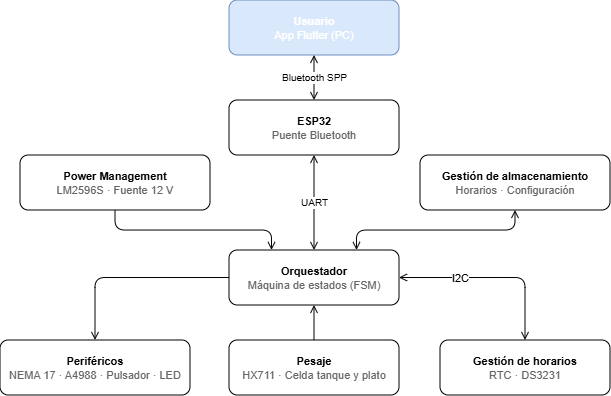
This is Figures/diagrama_software.png from matuuted/Plantilla-para-memoria, a draw.io export, as it was before one commit. Source tidied: cells renumbered, new cells last; positions are measured from the earlier drawing's top-left corner, leaving out a move shared by most shapes. The source it was exported from:
```xml
<mxGraphModel>
  <root>
    <mxCell id="0" />
    <mxCell id="1" parent="0" />
    <mxCell id="2" value="&lt;font&gt;&lt;b&gt;Usuario&lt;/b&gt;&lt;br&gt;&lt;font&gt;App Flutter (PC)&lt;/font&gt;&lt;/font&gt;" style="rounded=1;whiteSpace=wrap;html=1;fillColor=#dae8fc;strokeColor=#6c8ebf;fontSize=11;arcSize=15;fontColor=#FFFFFF;" parent="1" vertex="1">
      <mxGeometry x="229" width="170" height="55" as="geometry" />
    </mxCell>
    <mxCell id="3" value="&lt;b&gt;ESP32&lt;/b&gt;&lt;br&gt;&lt;font color='#666666'&gt;Puente Bluetooth&lt;/font&gt;" style="rounded=1;whiteSpace=wrap;html=1;fillColor=#FFFFFF;strokeColor=#000000;fontSize=11;arcSize=15;" parent="1" vertex="1">
      <mxGeometry x="229" y="100" width="170" height="55" as="geometry" />
    </mxCell>
    <mxCell id="4" value="&lt;b&gt;Orquestador&lt;/b&gt;&lt;br&gt;&lt;font color='#666666'&gt;Máquina de estados (FSM)&lt;/font&gt;" style="rounded=1;whiteSpace=wrap;html=1;fillColor=#FFFFFF;strokeColor=#000000;fontSize=11;arcSize=15;" parent="1" vertex="1">
      <mxGeometry x="229" y="250" width="170" height="55" as="geometry" />
    </mxCell>
    <mxCell id="5" value="&lt;b&gt;Periféricos&lt;/b&gt;&lt;br&gt;&lt;font color='#666666'&gt;NEMA 17 · A4988 · Pulsador · LED&lt;/font&gt;" style="rounded=1;whiteSpace=wrap;html=1;fillColor=#FFFFFF;strokeColor=#000000;fontSize=11;arcSize=15;" parent="1" vertex="1">
      <mxGeometry y="340" width="190" height="55" as="geometry" />
    </mxCell>
    <mxCell id="6" value="&lt;b&gt;Pesaje&lt;/b&gt;&lt;br&gt;&lt;font color='#666666'&gt;HX711 · Celda tanque y plato&lt;/font&gt;" style="rounded=1;whiteSpace=wrap;html=1;fillColor=#FFFFFF;strokeColor=#000000;fontSize=11;arcSize=15;" parent="1" vertex="1">
      <mxGeometry x="229" y="340" width="170" height="55" as="geometry" />
    </mxCell>
    <mxCell id="7" value="&lt;b&gt;Gestión de horarios&lt;/b&gt;&lt;br&gt;&lt;font color='#666666'&gt;RTC · DS3231&lt;/font&gt;" style="rounded=1;whiteSpace=wrap;html=1;fillColor=#FFFFFF;strokeColor=#000000;fontSize=11;arcSize=15;" parent="1" vertex="1">
      <mxGeometry x="440" y="340" width="170" height="55" as="geometry" />
    </mxCell>
    <mxCell id="8" value="&lt;b&gt;Power Management&lt;/b&gt;&lt;br&gt;&lt;font color='#666666'&gt;LM2596S · Fuente 12 V&lt;/font&gt;" style="rounded=1;whiteSpace=wrap;html=1;fillColor=#FFFFFF;strokeColor=#000000;fontSize=11;arcSize=15;" parent="1" vertex="1">
      <mxGeometry x="20" y="155" width="190" height="55" as="geometry" />
    </mxCell>
    <mxCell id="9" value="&lt;b&gt;Gestión de almacenamiento&lt;/b&gt;&lt;br&gt;&lt;font color='#666666'&gt;Horarios · Configuración&lt;/font&gt;" style="rounded=1;whiteSpace=wrap;html=1;fillColor=#FFFFFF;strokeColor=#000000;fontSize=11;arcSize=15;" parent="1" vertex="1">
      <mxGeometry x="420" y="155" width="190" height="55" as="geometry" />
    </mxCell>
    <mxCell id="10" value="Bluetooth SPP" style="edgeStyle=orthogonalEdgeStyle;html=1;endArrow=open;endFill=0;startArrow=open;startFill=0;strokeColor=#000000;fontSize=10;" parent="1" edge="1" source="2" target="3">
      <mxGeometry relative="1" as="geometry" />
    </mxCell>
    <mxCell id="11" value="UART" style="edgeStyle=orthogonalEdgeStyle;html=1;endArrow=open;endFill=0;startArrow=open;startFill=0;strokeColor=#000000;fontSize=10;" parent="1" edge="1" source="3" target="4">
      <mxGeometry relative="1" as="geometry" />
    </mxCell>
    <mxCell id="12" style="edgeStyle=orthogonalEdgeStyle;html=1;endArrow=open;endFill=0;startArrow=none;startFill=0;strokeColor=#000000;fontSize=10;exitX=0;exitY=0.5;exitDx=0;exitDy=0;entryX=0.5;entryY=0;entryDx=0;entryDy=0;" parent="1" edge="1" source="4" target="5">
      <mxGeometry relative="1" as="geometry">
        <Array as="points">
          <mxPoint x="95" y="277" />
        </Array>
      </mxGeometry>
    </mxCell>
    <mxCell id="13" style="edgeStyle=orthogonalEdgeStyle;html=1;endArrow=none;endFill=0;startArrow=open;startFill=0;strokeColor=#000000;fontSize=10;" parent="1" edge="1" source="4" target="6">
      <mxGeometry relative="1" as="geometry" />
    </mxCell>
    <mxCell id="14" style="edgeStyle=orthogonalEdgeStyle;html=1;endArrow=open;endFill=0;startArrow=open;startFill=0;strokeColor=#000000;fontSize=10;exitX=1;exitY=0.5;exitDx=0;exitDy=0;entryX=0.5;entryY=0;entryDx=0;entryDy=0;" parent="1" edge="1" source="4" target="7">
      <mxGeometry relative="1" as="geometry" />
    </mxCell>
    <mxCell id="15" value="I2C" style="edgeLabel;html=1;align=center;verticalAlign=middle;" parent="14" vertex="1">
      <mxGeometry x="0.59" y="-2" relative="1" as="geometry">
        <mxPoint x="-63" y="-24" as="offset" />
      </mxGeometry>
    </mxCell>
    <mxCell id="16" style="edgeStyle=orthogonalEdgeStyle;html=1;endArrow=none;endFill=0;startArrow=open;startFill=0;strokeColor=#000000;fontSize=10;exitX=0.25;exitY=0;exitDx=0;exitDy=0;entryX=0.5;entryY=1;entryDx=0;entryDy=0;" parent="1" edge="1" source="4" target="8">
      <mxGeometry relative="1" as="geometry" />
    </mxCell>
    <mxCell id="17" style="edgeStyle=orthogonalEdgeStyle;html=1;endArrow=open;endFill=0;startArrow=open;startFill=0;strokeColor=#000000;fontSize=10;exitX=0.75;exitY=0;exitDx=0;exitDy=0;entryX=0.5;entryY=1;entryDx=0;entryDy=0;" parent="1" edge="1" source="4" target="9">
      <mxGeometry relative="1" as="geometry" />
    </mxCell>
  </root>
</mxGraphModel>
```
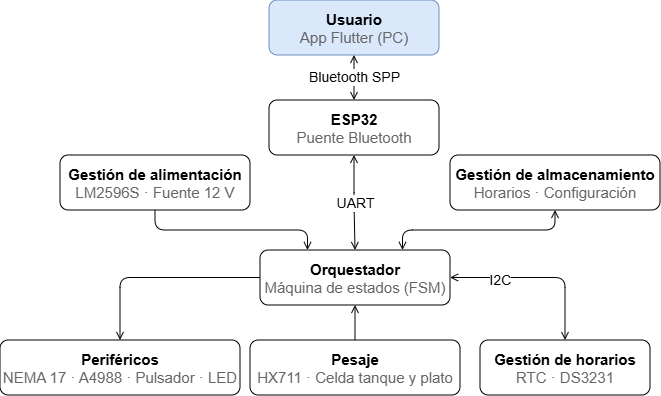
After the commit.

Change to the diagram source:
```diff
@@ -2,40 +2,40 @@
   <root>
     <mxCell id="0" />
     <mxCell id="1" parent="0" />
-    <mxCell id="2" value="&lt;font&gt;&lt;b&gt;Usuario&lt;/b&gt;&lt;br&gt;&lt;font&gt;App Flutter (PC)&lt;/font&gt;&lt;/font&gt;" style="rounded=1;whiteSpace=wrap;html=1;fillColor=#dae8fc;strokeColor=#6c8ebf;fontSize=11;arcSize=15;fontColor=#FFFFFF;" parent="1" vertex="1">
-      <mxGeometry x="229" width="170" height="55" as="geometry" />
+    <mxCell id="2" value="&lt;font style=&quot;font-size: 15px;&quot;&gt;&lt;b style=&quot;&quot;&gt;&lt;font style=&quot;color: rgb(0, 0, 0);&quot;&gt;Usuario&lt;/font&gt;&lt;/b&gt;&lt;br&gt;&lt;font style=&quot;color: light-dark(rgb(102, 102, 102), rgb(18, 18, 18));&quot;&gt;App Flutter (PC)&lt;/font&gt;&lt;/font&gt;" style="rounded=1;whiteSpace=wrap;html=1;fillColor=#dae8fc;strokeColor=#6c8ebf;fontSize=11;arcSize=15;fontColor=#FFFFFF;" parent="1" vertex="1">
+      <mxGeometry x="259" y="-9" width="170" height="55" as="geometry" />
     </mxCell>
-    <mxCell id="3" value="&lt;b&gt;ESP32&lt;/b&gt;&lt;br&gt;&lt;font color='#666666'&gt;Puente Bluetooth&lt;/font&gt;" style="rounded=1;whiteSpace=wrap;html=1;fillColor=#FFFFFF;strokeColor=#000000;fontSize=11;arcSize=15;" parent="1" vertex="1">
-      <mxGeometry x="229" y="100" width="170" height="55" as="geometry" />
+    <mxCell id="3" value="&lt;font style=&quot;font-size: 15px;&quot;&gt;&lt;b style=&quot;&quot;&gt;ESP32&lt;/b&gt;&lt;br&gt;&lt;font color=&quot;#666666&quot;&gt;Puente Bluetooth&lt;/font&gt;&lt;/font&gt;" style="rounded=1;whiteSpace=wrap;html=1;fillColor=#FFFFFF;strokeColor=#000000;fontSize=11;arcSize=15;" parent="1" vertex="1">
+      <mxGeometry x="259" y="91" width="170" height="55" as="geometry" />
     </mxCell>
-    <mxCell id="4" value="&lt;b&gt;Orquestador&lt;/b&gt;&lt;br&gt;&lt;font color='#666666'&gt;Máquina de estados (FSM)&lt;/font&gt;" style="rounded=1;whiteSpace=wrap;html=1;fillColor=#FFFFFF;strokeColor=#000000;fontSize=11;arcSize=15;" parent="1" vertex="1">
-      <mxGeometry x="229" y="250" width="170" height="55" as="geometry" />
+    <mxCell id="4" value="&lt;font style=&quot;font-size: 15px;&quot;&gt;&lt;b style=&quot;&quot;&gt;Orquestador&lt;/b&gt;&lt;br&gt;&lt;font color=&quot;#666666&quot;&gt;Máquina de estados (FSM)&lt;/font&gt;&lt;/font&gt;" style="rounded=1;whiteSpace=wrap;html=1;fillColor=#FFFFFF;strokeColor=#000000;fontSize=11;arcSize=15;" parent="1" vertex="1">
+      <mxGeometry x="250" y="241" width="190" height="55" as="geometry" />
     </mxCell>
-    <mxCell id="5" value="&lt;b&gt;Periféricos&lt;/b&gt;&lt;br&gt;&lt;font color='#666666'&gt;NEMA 17 · A4988 · Pulsador · LED&lt;/font&gt;" style="rounded=1;whiteSpace=wrap;html=1;fillColor=#FFFFFF;strokeColor=#000000;fontSize=11;arcSize=15;" parent="1" vertex="1">
-      <mxGeometry y="340" width="190" height="55" as="geometry" />
+    <mxCell id="5" value="&lt;font style=&quot;font-size: 15px;&quot;&gt;&lt;b style=&quot;&quot;&gt;Periféricos&lt;/b&gt;&lt;br&gt;&lt;font color=&quot;#666666&quot;&gt;NEMA 17 · A4988 · Pulsador · LED&lt;/font&gt;&lt;/font&gt;" style="rounded=1;whiteSpace=wrap;html=1;fillColor=#FFFFFF;strokeColor=#000000;fontSize=11;arcSize=15;" parent="1" vertex="1">
+      <mxGeometry x="-10" y="331" width="240" height="55" as="geometry" />
     </mxCell>
-    <mxCell id="6" value="&lt;b&gt;Pesaje&lt;/b&gt;&lt;br&gt;&lt;font color='#666666'&gt;HX711 · Celda tanque y plato&lt;/font&gt;" style="rounded=1;whiteSpace=wrap;html=1;fillColor=#FFFFFF;strokeColor=#000000;fontSize=11;arcSize=15;" parent="1" vertex="1">
-      <mxGeometry x="229" y="340" width="170" height="55" as="geometry" />
+    <mxCell id="6" value="&lt;font style=&quot;font-size: 15px;&quot;&gt;&lt;font style=&quot;&quot;&gt;&lt;b style=&quot;&quot;&gt;Pesaje&lt;/b&gt;&lt;br&gt;&lt;font color=&quot;#666666&quot;&gt;HX711 ·&amp;nbsp;&lt;/font&gt;&lt;/font&gt;&lt;span style=&quot;color: light-dark(rgb(102, 102, 102), rgb(149, 149, 149)); background-color: transparent;&quot;&gt;Celda tanque y plato&lt;/span&gt;&lt;/font&gt;" style="rounded=1;whiteSpace=wrap;html=1;fillColor=#FFFFFF;strokeColor=#000000;fontSize=11;arcSize=15;" parent="1" vertex="1">
+      <mxGeometry x="240" y="331" width="210" height="55" as="geometry" />
     </mxCell>
-    <mxCell id="7" value="&lt;b&gt;Gestión de horarios&lt;/b&gt;&lt;br&gt;&lt;font color='#666666'&gt;RTC · DS3231&lt;/font&gt;" style="rounded=1;whiteSpace=wrap;html=1;fillColor=#FFFFFF;strokeColor=#000000;fontSize=11;arcSize=15;" parent="1" vertex="1">
-      <mxGeometry x="440" y="340" width="170" height="55" as="geometry" />
+    <mxCell id="7" value="&lt;font style=&quot;font-size: 15px;&quot;&gt;&lt;b style=&quot;&quot;&gt;Gestión de horarios&lt;/b&gt;&lt;br&gt;&lt;font color=&quot;#666666&quot;&gt;RTC · DS3231&lt;/font&gt;&lt;/font&gt;" style="rounded=1;whiteSpace=wrap;html=1;fillColor=#FFFFFF;strokeColor=#000000;fontSize=11;arcSize=15;" parent="1" vertex="1">
+      <mxGeometry x="470" y="331" width="170" height="55" as="geometry" />
     </mxCell>
-    <mxCell id="8" value="&lt;b&gt;Power Management&lt;/b&gt;&lt;br&gt;&lt;font color='#666666'&gt;LM2596S · Fuente 12 V&lt;/font&gt;" style="rounded=1;whiteSpace=wrap;html=1;fillColor=#FFFFFF;strokeColor=#000000;fontSize=11;arcSize=15;" parent="1" vertex="1">
-      <mxGeometry x="20" y="155" width="190" height="55" as="geometry" />
+    <mxCell id="8" value="&lt;font style=&quot;font-size: 15px;&quot;&gt;&lt;b style=&quot;&quot;&gt;Gestión de alimentación&lt;/b&gt;&lt;br&gt;&lt;font color=&quot;#666666&quot;&gt;LM2596S · Fuente 12 V&lt;/font&gt;&lt;/font&gt;" style="rounded=1;whiteSpace=wrap;html=1;fillColor=#FFFFFF;strokeColor=#000000;fontSize=11;arcSize=15;" parent="1" vertex="1">
+      <mxGeometry x="50" y="146" width="190" height="55" as="geometry" />
     </mxCell>
-    <mxCell id="9" value="&lt;b&gt;Gestión de almacenamiento&lt;/b&gt;&lt;br&gt;&lt;font color='#666666'&gt;Horarios · Configuración&lt;/font&gt;" style="rounded=1;whiteSpace=wrap;html=1;fillColor=#FFFFFF;strokeColor=#000000;fontSize=11;arcSize=15;" parent="1" vertex="1">
-      <mxGeometry x="420" y="155" width="190" height="55" as="geometry" />
+    <mxCell id="9" value="&lt;font style=&quot;font-size: 15px;&quot;&gt;&lt;b style=&quot;&quot;&gt;Gestión de almacenamiento&lt;/b&gt;&lt;br&gt;&lt;font color=&quot;#666666&quot;&gt;Horarios · Configuración&lt;/font&gt;&lt;/font&gt;" style="rounded=1;whiteSpace=wrap;html=1;fillColor=#FFFFFF;strokeColor=#000000;fontSize=11;arcSize=15;" parent="1" vertex="1">
+      <mxGeometry x="440" y="146" width="210" height="55" as="geometry" />
     </mxCell>
-    <mxCell id="10" value="Bluetooth SPP" style="edgeStyle=orthogonalEdgeStyle;html=1;endArrow=open;endFill=0;startArrow=open;startFill=0;strokeColor=#000000;fontSize=10;" parent="1" edge="1" source="2" target="3">
+    <mxCell id="10" value="&lt;font style=&quot;font-size: 14px;&quot;&gt;Bluetooth SPP&lt;/font&gt;" style="edgeStyle=orthogonalEdgeStyle;html=1;endArrow=open;endFill=0;startArrow=open;startFill=0;strokeColor=#000000;fontSize=10;" parent="1" edge="1" source="2" target="3">
       <mxGeometry relative="1" as="geometry" />
     </mxCell>
-    <mxCell id="11" value="UART" style="edgeStyle=orthogonalEdgeStyle;html=1;endArrow=open;endFill=0;startArrow=open;startFill=0;strokeColor=#000000;fontSize=10;" parent="1" edge="1" source="3" target="4">
+    <mxCell id="11" value="&lt;font style=&quot;font-size: 14px;&quot;&gt;UART&lt;/font&gt;" style="edgeStyle=orthogonalEdgeStyle;html=1;endArrow=open;endFill=0;startArrow=open;startFill=0;strokeColor=#000000;fontSize=10;" parent="1" edge="1" source="3" target="4">
       <mxGeometry relative="1" as="geometry" />
     </mxCell>
     <mxCell id="12" style="edgeStyle=orthogonalEdgeStyle;html=1;endArrow=open;endFill=0;startArrow=none;startFill=0;strokeColor=#000000;fontSize=10;exitX=0;exitY=0.5;exitDx=0;exitDy=0;entryX=0.5;entryY=0;entryDx=0;entryDy=0;" parent="1" edge="1" source="4" target="5">
       <mxGeometry relative="1" as="geometry">
         <Array as="points">
-          <mxPoint x="95" y="277" />
+          <mxPoint x="110" y="269" />
         </Array>
       </mxGeometry>
     </mxCell>
@@ -45,7 +45,7 @@
     <mxCell id="14" style="edgeStyle=orthogonalEdgeStyle;html=1;endArrow=open;endFill=0;startArrow=open;startFill=0;strokeColor=#000000;fontSize=10;exitX=1;exitY=0.5;exitDx=0;exitDy=0;entryX=0.5;entryY=0;entryDx=0;entryDy=0;" parent="1" edge="1" source="4" target="7">
       <mxGeometry relative="1" as="geometry" />
     </mxCell>
-    <mxCell id="15" value="I2C" style="edgeLabel;html=1;align=center;verticalAlign=middle;" parent="14" vertex="1">
+    <mxCell id="15" value="&lt;font style=&quot;font-size: 14px;&quot;&gt;I2C&lt;/font&gt;" style="edgeLabel;html=1;align=center;verticalAlign=middle;" parent="14" vertex="1">
       <mxGeometry x="0.59" y="-2" relative="1" as="geometry">
         <mxPoint x="-63" y="-24" as="offset" />
       </mxGeometry>
```
